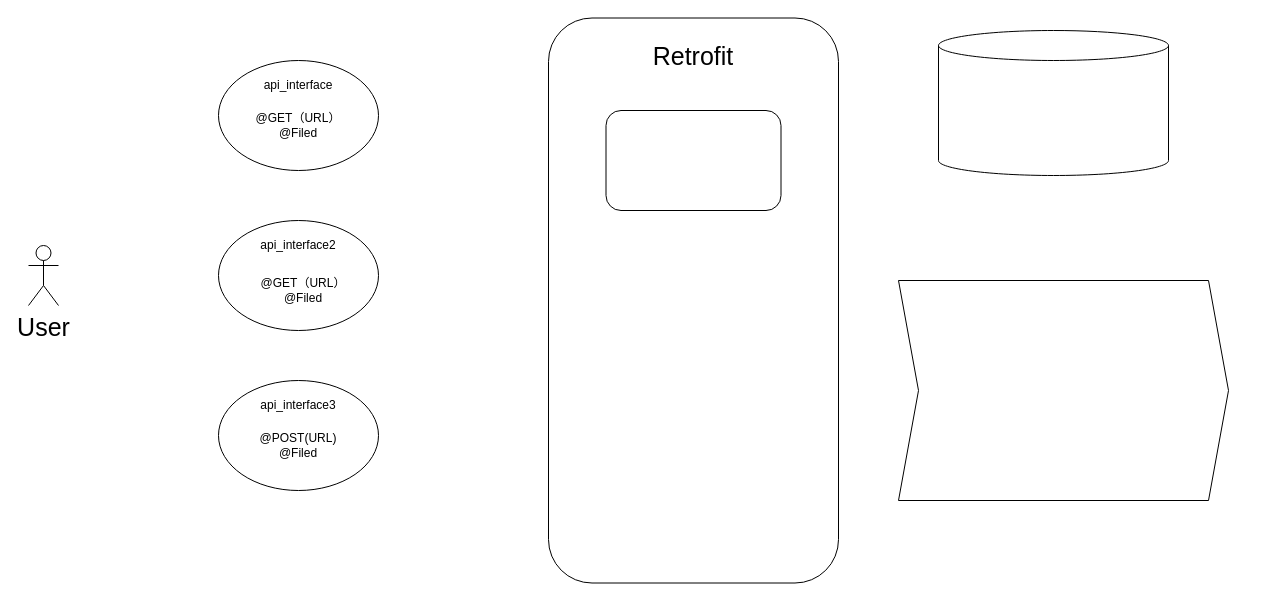
This is myretrofit.drawio from LongerLonge/jormun_drawio_repo, a draw.io file, before an edit. Source tidied: cells renumbered, new cells numbered last; positions are measured from the earlier drawing's top-left corner, leaving out a move shared by most shapes. Both pictures are drawn from the tidied source at 100%, with x=0, y=0 at pixel (28, 18).
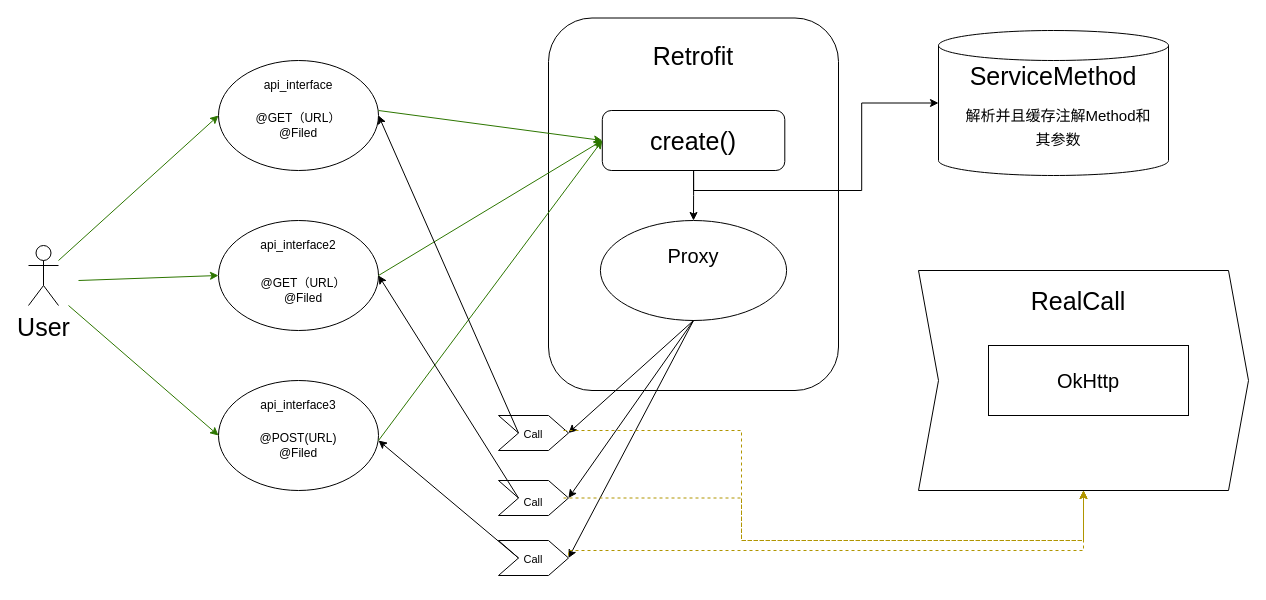
After the change.

The change refers to these unchanged cells:
```xml
<mxCell id="2" style="ellipse;whiteSpace=wrap;html=1;" parent="1" vertex="1">
  <mxGeometry x="190" y="42" width="160" height="110" as="geometry" />
</mxCell>
<mxCell id="3" style="ellipse;whiteSpace=wrap;html=1;" parent="1" vertex="1">
  <mxGeometry x="190" y="202" width="160" height="110" as="geometry" />
</mxCell>
<mxCell id="4" style="ellipse;whiteSpace=wrap;html=1;" parent="1" vertex="1">
  <mxGeometry x="190" y="362" width="160" height="110" as="geometry" />
</mxCell>
<mxCell id="6" style="shape=cylinder3;whiteSpace=wrap;html=1;boundedLbl=1;backgroundOutline=1;size=15;" parent="1" vertex="1">
  <mxGeometry x="910" y="12" width="230" height="145" as="geometry" />
</mxCell>
```

The edit, as a diff of the source:
```diff
@@
     <mxCell id="5" style="rounded=1;whiteSpace=wrap;html=1;" parent="1" vertex="1">
-      <mxGeometry x="520" y="-0.5" width="290" height="565" as="geometry" />
+      <mxGeometry x="520" y="-0.5" width="290" height="372.5" as="geometry" />
     </mxCell>
@@
-    <mxCell id="7" style="shape=step;perimeter=stepPerimeter;whiteSpace=wrap;html=1;fixedSize=1;" parent="1" vertex="1">
-      <mxGeometry x="870" y="262" width="330" height="220" as="geometry" />
-    </mxCell>
@@
+    <mxCell id="17" style="edgeStyle=orthogonalEdgeStyle;rounded=0;jettySize=auto;html=1;entryX=0.5;entryY=0;entryDx=0;entryDy=0;fontSize=20;" parent="1" edge="1" source="13" target="26">
+      <mxGeometry relative="1" as="geometry" />
+    </mxCell>
+    <mxCell id="18" style="edgeStyle=orthogonalEdgeStyle;rounded=0;jettySize=auto;html=1;exitX=0.5;exitY=1;exitDx=0;exitDy=0;fontSize=20;" parent="1" edge="1" source="13" target="6">
+      <mxGeometry relative="1" as="geometry" />
+    </mxCell>
     <mxCell id="13" style="rounded=1;whiteSpace=wrap;html=1;" parent="1" vertex="1">
-      <mxGeometry x="577.5" y="92" width="175" height="100" as="geometry" />
+      <mxGeometry x="573.8" y="92" width="182.5" height="60" as="geometry" />
     </mxCell>
@@
+    <mxCell id="19" value="create()" style="text;html=1;strokeColor=none;fillColor=none;align=center;verticalAlign=middle;whiteSpace=wrap;rounded=0;fontSize=25;" parent="1" vertex="1">
+      <mxGeometry x="635" y="107" width="60" height="30" as="geometry" />
+    </mxCell>
+    <mxCell id="20" style="endArrow=classic;html=1;rounded=0;fontSize=20;entryX=0;entryY=0.5;entryDx=0;entryDy=0;fillColor=#60a917;strokeColor=#2D7600;" parent="1" edge="1" target="2">
+      <mxGeometry relative="1" as="geometry">
+        <mxPoint x="30" y="242" as="sourcePoint" />
+      </mxGeometry>
+    </mxCell>
+    <mxCell id="21" style="endArrow=classic;html=1;rounded=0;fontSize=20;entryX=0;entryY=0.5;entryDx=0;entryDy=0;fillColor=#60a917;strokeColor=#2D7600;" parent="1" edge="1" target="4">
+      <mxGeometry relative="1" as="geometry">
+        <mxPoint x="40" y="287" as="sourcePoint" />
+      </mxGeometry>
+    </mxCell>
+    <mxCell id="22" style="endArrow=classic;html=1;rounded=0;fontSize=20;entryX=0;entryY=0.5;entryDx=0;entryDy=0;fillColor=#60a917;strokeColor=#2D7600;" parent="1" edge="1" target="3">
+      <mxGeometry relative="1" as="geometry">
+        <mxPoint x="50" y="262" as="sourcePoint" />
+      </mxGeometry>
+    </mxCell>
+    <mxCell id="23" style="endArrow=classic;html=1;rounded=0;fontSize=20;entryX=0;entryY=0.5;entryDx=0;entryDy=0;fillColor=#60a917;strokeColor=#2D7600;" parent="1" edge="1" target="13">
+      <mxGeometry relative="1" as="geometry">
+        <mxPoint x="350" y="92" as="sourcePoint" />
+      </mxGeometry>
+    </mxCell>
+    <mxCell id="24" style="endArrow=classic;html=1;rounded=0;fontSize=20;entryX=0;entryY=0.5;entryDx=0;entryDy=0;fillColor=#60a917;strokeColor=#2D7600;" parent="1" edge="1" target="13">
+      <mxGeometry relative="1" as="geometry">
+        <mxPoint x="350" y="257" as="sourcePoint" />
+      </mxGeometry>
+    </mxCell>
+    <mxCell id="25" style="endArrow=classic;html=1;rounded=0;fontSize=20;entryX=0;entryY=0.5;entryDx=0;entryDy=0;fillColor=#60a917;strokeColor=#2D7600;" parent="1" edge="1" target="13">
+      <mxGeometry relative="1" as="geometry">
+        <mxPoint x="350" y="422" as="sourcePoint" />
+      </mxGeometry>
+    </mxCell>
+    <mxCell id="26" style="ellipse;whiteSpace=wrap;html=1;fontSize=20;" parent="1" vertex="1">
+      <mxGeometry x="571.9" y="202" width="186.2" height="100" as="geometry" />
+    </mxCell>
+    <mxCell id="27" value="Proxy" style="text;html=1;strokeColor=none;fillColor=none;align=center;verticalAlign=middle;whiteSpace=wrap;rounded=0;fontSize=20;" parent="1" vertex="1">
+      <mxGeometry x="635" y="222" width="60" height="30" as="geometry" />
+    </mxCell>
+    <mxCell id="28" style="shape=step;perimeter=stepPerimeter;whiteSpace=wrap;html=1;fixedSize=1;" parent="1" vertex="1">
+      <mxGeometry x="890" y="252" width="330" height="220" as="geometry" />
+    </mxCell>
+    <mxCell id="29" value="&lt;font style=&quot;font-size: 25px;&quot;&gt;ServiceMethod&lt;/font&gt;" style="text;html=1;strokeColor=none;fillColor=none;align=center;verticalAlign=middle;whiteSpace=wrap;rounded=0;" parent="1" vertex="1">
+      <mxGeometry x="995" y="42" width="60" height="30" as="geometry" />
+    </mxCell>
+    <mxCell id="30" value="&lt;font style=&quot;font-size: 15px;&quot;&gt;解析并且缓存注解Method和其参数&lt;/font&gt;" style="text;html=1;strokeColor=none;fillColor=none;align=center;verticalAlign=middle;whiteSpace=wrap;rounded=0;fontSize=20;" parent="1" vertex="1">
+      <mxGeometry x="930" y="92" width="200" height="30" as="geometry" />
+    </mxCell>
+    <mxCell id="31" style="shape=step;perimeter=stepPerimeter;whiteSpace=wrap;html=1;fixedSize=1;fontSize=15;" parent="1" vertex="1">
+      <mxGeometry x="470" y="397" width="70" height="35" as="geometry" />
+    </mxCell>
+    <mxCell id="32" style="shape=step;perimeter=stepPerimeter;whiteSpace=wrap;html=1;fixedSize=1;fontSize=15;" parent="1" vertex="1">
+      <mxGeometry x="470" y="462" width="70" height="35" as="geometry" />
+    </mxCell>
+    <mxCell id="33" style="shape=step;perimeter=stepPerimeter;whiteSpace=wrap;html=1;fixedSize=1;fontSize=15;" parent="1" vertex="1">
+      <mxGeometry x="470" y="522" width="70" height="35" as="geometry" />
+    </mxCell>
+    <mxCell id="34" style="endArrow=classic;html=1;rounded=0;fontSize=15;entryX=1;entryY=0.5;entryDx=0;entryDy=0;exitX=0.5;exitY=1;exitDx=0;exitDy=0;" parent="1" edge="1" source="26" target="31">
+      <mxGeometry relative="1" as="geometry" />
+    </mxCell>
+    <mxCell id="35" style="endArrow=classic;html=1;rounded=0;fontSize=15;entryX=1;entryY=0.5;entryDx=0;entryDy=0;exitX=0.5;exitY=1;exitDx=0;exitDy=0;" parent="1" edge="1" source="26" target="32">
+      <mxGeometry relative="1" as="geometry" />
+    </mxCell>
+    <mxCell id="36" style="endArrow=classic;html=1;rounded=0;fontSize=15;entryX=1;entryY=0.5;entryDx=0;entryDy=0;exitX=0.5;exitY=1;exitDx=0;exitDy=0;" parent="1" edge="1" source="26" target="33">
+      <mxGeometry relative="1" as="geometry" />
+    </mxCell>
+    <mxCell id="37" style="endArrow=classic;html=1;rounded=0;fontSize=15;entryX=1;entryY=0.5;entryDx=0;entryDy=0;exitX=0;exitY=0.5;exitDx=0;exitDy=0;" parent="1" edge="1" source="31" target="2">
+      <mxGeometry relative="1" as="geometry" />
+    </mxCell>
+    <mxCell id="38" style="endArrow=classic;html=1;rounded=0;fontSize=15;entryX=1;entryY=0.5;entryDx=0;entryDy=0;exitX=0;exitY=0.5;exitDx=0;exitDy=0;" parent="1" edge="1" source="32" target="3">
+      <mxGeometry relative="1" as="geometry" />
+    </mxCell>
+    <mxCell id="39" style="endArrow=classic;html=1;rounded=0;fontSize=15;exitX=0;exitY=0.5;exitDx=0;exitDy=0;" parent="1" edge="1" source="33">
+      <mxGeometry relative="1" as="geometry">
+        <mxPoint x="350" y="422" as="targetPoint" />
+      </mxGeometry>
+    </mxCell>
+    <mxCell id="40" style="edgeStyle=orthogonalEdgeStyle;rounded=0;jettySize=auto;html=1;entryX=0.5;entryY=1;entryDx=0;entryDy=0;fontSize=11;dashed=1;fillColor=#e3c800;strokeColor=#B09500;" parent="1" edge="1" source="41" target="28">
+      <mxGeometry relative="1" as="geometry">
+        <Array as="points">
+          <mxPoint x="713" y="412" />
+          <mxPoint x="713" y="522" />
+          <mxPoint x="1055" y="522" />
+        </Array>
+      </mxGeometry>
+    </mxCell>
+    <mxCell id="41" value="&lt;font style=&quot;font-size: 11px;&quot;&gt;Call&lt;/font&gt;" style="text;html=1;strokeColor=none;fillColor=none;align=center;verticalAlign=middle;whiteSpace=wrap;rounded=0;fontSize=20;" parent="1" vertex="1">
+      <mxGeometry x="475" y="397" width="60" height="30" as="geometry" />
+    </mxCell>
+    <mxCell id="42" style="edgeStyle=orthogonalEdgeStyle;rounded=0;jettySize=auto;html=1;entryX=0.5;entryY=1;entryDx=0;entryDy=0;fontSize=11;dashed=1;fillColor=#e3c800;strokeColor=#B09500;" parent="1" edge="1" source="43" target="28">
+      <mxGeometry relative="1" as="geometry">
+        <Array as="points">
+          <mxPoint x="713" y="480" />
+          <mxPoint x="713" y="522" />
+          <mxPoint x="1055" y="522" />
+        </Array>
+      </mxGeometry>
+    </mxCell>
+    <mxCell id="43" value="&lt;font style=&quot;font-size: 11px;&quot;&gt;Call&lt;/font&gt;" style="text;html=1;strokeColor=none;fillColor=none;align=center;verticalAlign=middle;whiteSpace=wrap;rounded=0;fontSize=20;" parent="1" vertex="1">
+      <mxGeometry x="475" y="464.5" width="60" height="30" as="geometry" />
+    </mxCell>
+    <mxCell id="44" style="edgeStyle=orthogonalEdgeStyle;rounded=0;jettySize=auto;html=1;entryX=0.5;entryY=1;entryDx=0;entryDy=0;fontSize=11;dashed=1;fillColor=#e3c800;strokeColor=#B09500;" parent="1" edge="1" target="28">
+      <mxGeometry relative="1" as="geometry">
+        <mxPoint x="540" y="537" as="sourcePoint" />
+        <Array as="points">
+          <mxPoint x="540" y="532" />
+          <mxPoint x="1055" y="532" />
+        </Array>
+      </mxGeometry>
+    </mxCell>
+    <mxCell id="45" value="&lt;font style=&quot;font-size: 11px;&quot;&gt;Call&lt;/font&gt;" style="text;html=1;strokeColor=none;fillColor=none;align=center;verticalAlign=middle;whiteSpace=wrap;rounded=0;fontSize=20;" parent="1" vertex="1">
+      <mxGeometry x="475" y="522" width="60" height="30" as="geometry" />
+    </mxCell>
+    <mxCell id="46" value="&lt;font style=&quot;font-size: 25px;&quot;&gt;RealCall&lt;br&gt;&lt;/font&gt;" style="text;html=1;strokeColor=none;fillColor=none;align=center;verticalAlign=middle;whiteSpace=wrap;rounded=0;" parent="1" vertex="1">
+      <mxGeometry x="1020" y="267" width="60" height="30" as="geometry" />
+    </mxCell>
+    <mxCell id="47" value="&lt;font style=&quot;font-size: 20px;&quot;&gt;OkHttp&lt;/font&gt;" style="rounded=0;whiteSpace=wrap;html=1;fontSize=11;" parent="1" vertex="1">
+      <mxGeometry x="960" y="327" width="200" height="70" as="geometry" />
+    </mxCell>
```
